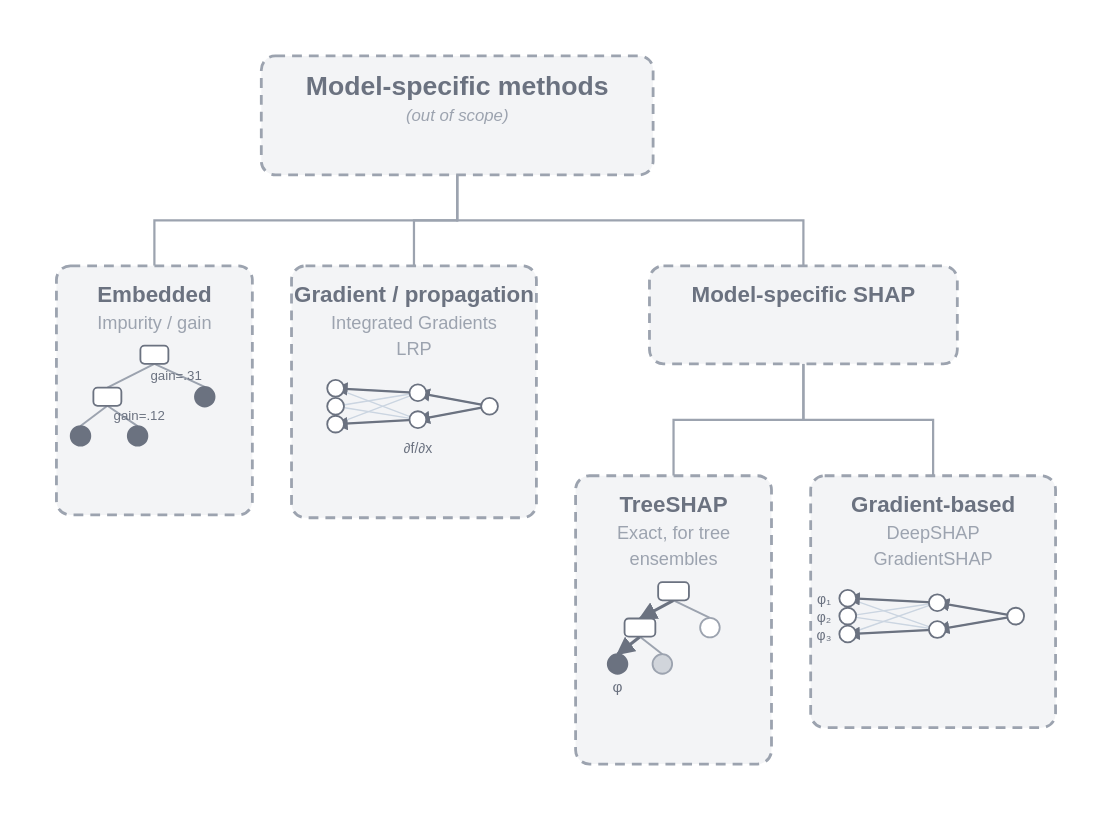
Before: posts/explaining-black-box-predictions/diagrams/taxonomy_model_specific.drawio.svg, a diagram exported from draw.io (DMLF1/blog). Source tidied: cells renumbered, new cells last; positions are measured from the earlier drawing's top-left corner, leaving out a move shared by most shapes.
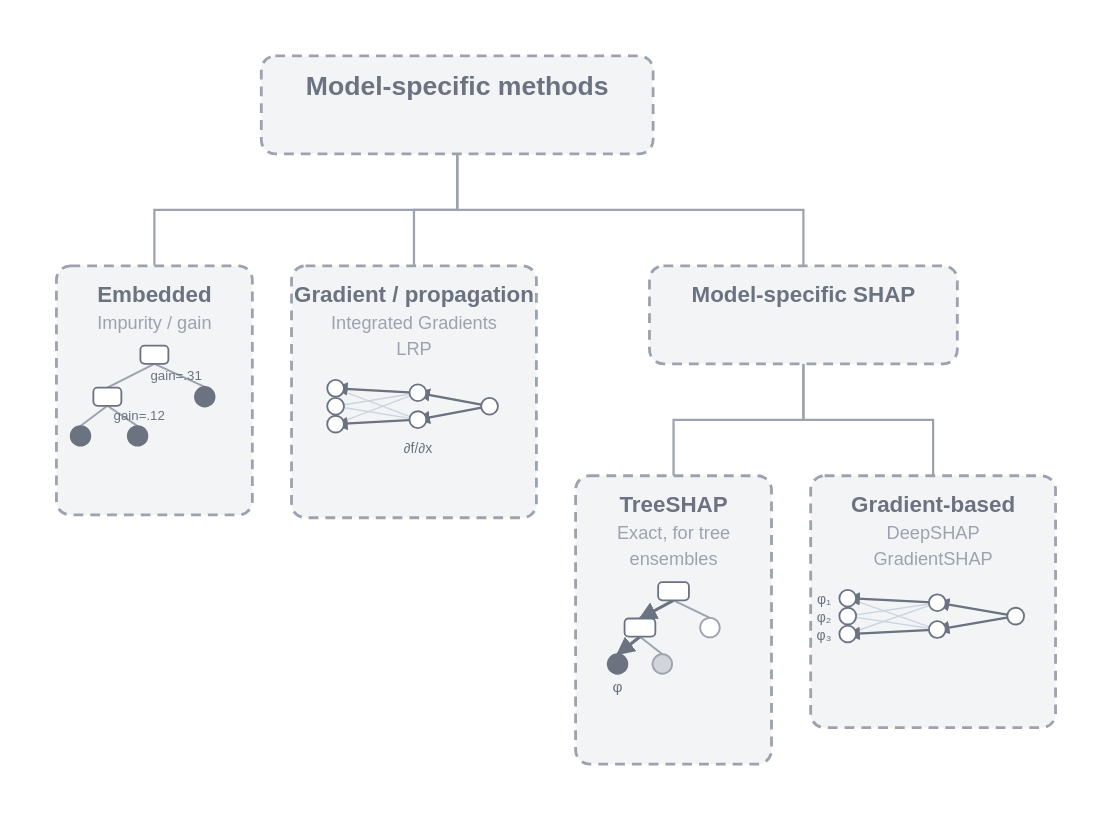
Above is the later version.

Commit message:
Remove (out of scope) subtitle from model-specific diagram; fix diagram centering

Change to the diagram source:
```diff
@@ -2,8 +2,8 @@
   <root>
     <mxCell id="0" />
     <mxCell id="1" parent="0" />
-    <mxCell id="2" value="&lt;span style=&quot;font-size:19px;color:#6B7280;font-weight:bold;&quot;&gt;Model-specific methods&lt;/span&gt;&lt;br&gt;&lt;span style=&quot;font-size:12px;color:#9CA3AF;font-style:italic;&quot;&gt;(out of scope)&lt;/span&gt;" style="rounded=1;whiteSpace=wrap;html=1;fillColor=#F3F4F6;strokeColor=#9CA3AF;strokeWidth=2;dashed=1;dashPattern=7 5;" parent="1" vertex="1">
-      <mxGeometry x="146" width="280" height="85" as="geometry" />
+    <mxCell id="2" value="&lt;span style=&quot;font-size:19px;color:#6B7280;font-weight:bold;&quot;&gt;Model-specific methods&lt;/span&gt;" style="rounded=1;whiteSpace=wrap;html=1;fillColor=#F3F4F6;strokeColor=#9CA3AF;strokeWidth=2;dashed=1;dashPattern=7 5;" parent="1" vertex="1">
+      <mxGeometry x="146" width="280" height="70" as="geometry" />
     </mxCell>
     <mxCell id="3" value="&lt;span style=&quot;font-size:16px;color:#6B7280;font-weight:bold;&quot;&gt;Embedded&lt;/span&gt;&lt;br&gt;&lt;span style=&quot;font-size:13px;color:#9CA3AF;&quot;&gt;Impurity / gain&lt;/span&gt;" style="rounded=1;whiteSpace=wrap;html=1;fillColor=#F3F4F6;strokeColor=#9CA3AF;strokeWidth=2;dashed=1;dashPattern=7 5;" parent="1" vertex="1">
       <mxGeometry y="150" width="140" height="178" as="geometry" />
```
